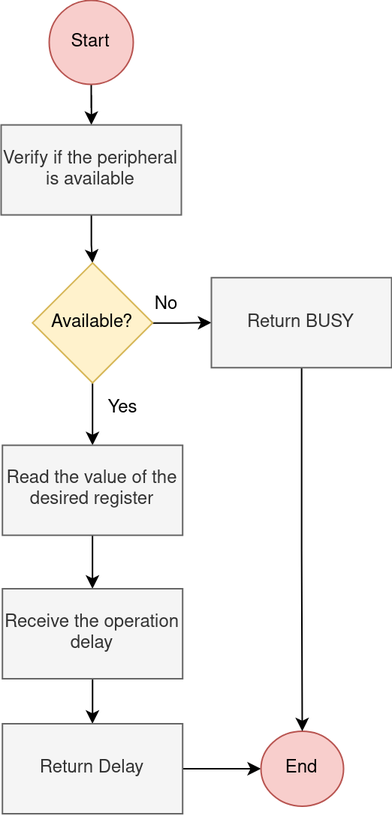
Before: Images/CrcReadFunction.png, a diagram exported from draw.io (HugoRibeiro-A88287-UM/MasterThesis). Source tidied: cells renumbered, new cells last; positions are measured from the earlier drawing's top-left corner, leaving out a move shared by most shapes.
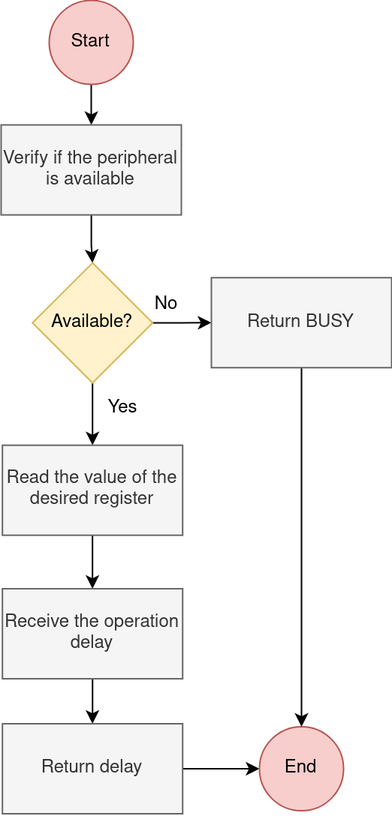
After the commit.

Change to the diagram source:
```diff
@@ -38,11 +38,11 @@
     <mxCell id="13" style="edgeStyle=orthogonalEdgeStyle;rounded=0;jettySize=auto;html=1;" parent="1" edge="1" source="14" target="15">
       <mxGeometry relative="1" as="geometry" />
     </mxCell>
-    <mxCell id="14" value="Return Delay" style="whiteSpace=wrap;html=1;fillColor=#f5f5f5;fontColor=#333333;strokeColor=#666666;" parent="1" vertex="1">
+    <mxCell id="14" value="Return delay" style="whiteSpace=wrap;html=1;fillColor=#f5f5f5;fontColor=#333333;strokeColor=#666666;" parent="1" vertex="1">
       <mxGeometry x="1.1" y="482" width="120" height="60" as="geometry" />
     </mxCell>
     <mxCell id="15" value="End" style="ellipse;whiteSpace=wrap;html=1;fillColor=#f8cecc;strokeColor=#b85450;" parent="1" vertex="1">
-      <mxGeometry x="173.2" y="487" width="55" height="50" as="geometry" />
+      <mxGeometry x="172.2" y="484" width="56" height="56" as="geometry" />
     </mxCell>
     <mxCell id="16" style="edgeStyle=orthogonalEdgeStyle;rounded=0;jettySize=auto;html=1;entryX=0.5;entryY=0;entryDx=0;entryDy=0;" parent="1" edge="1" source="17" target="15">
       <mxGeometry relative="1" as="geometry" />
```
